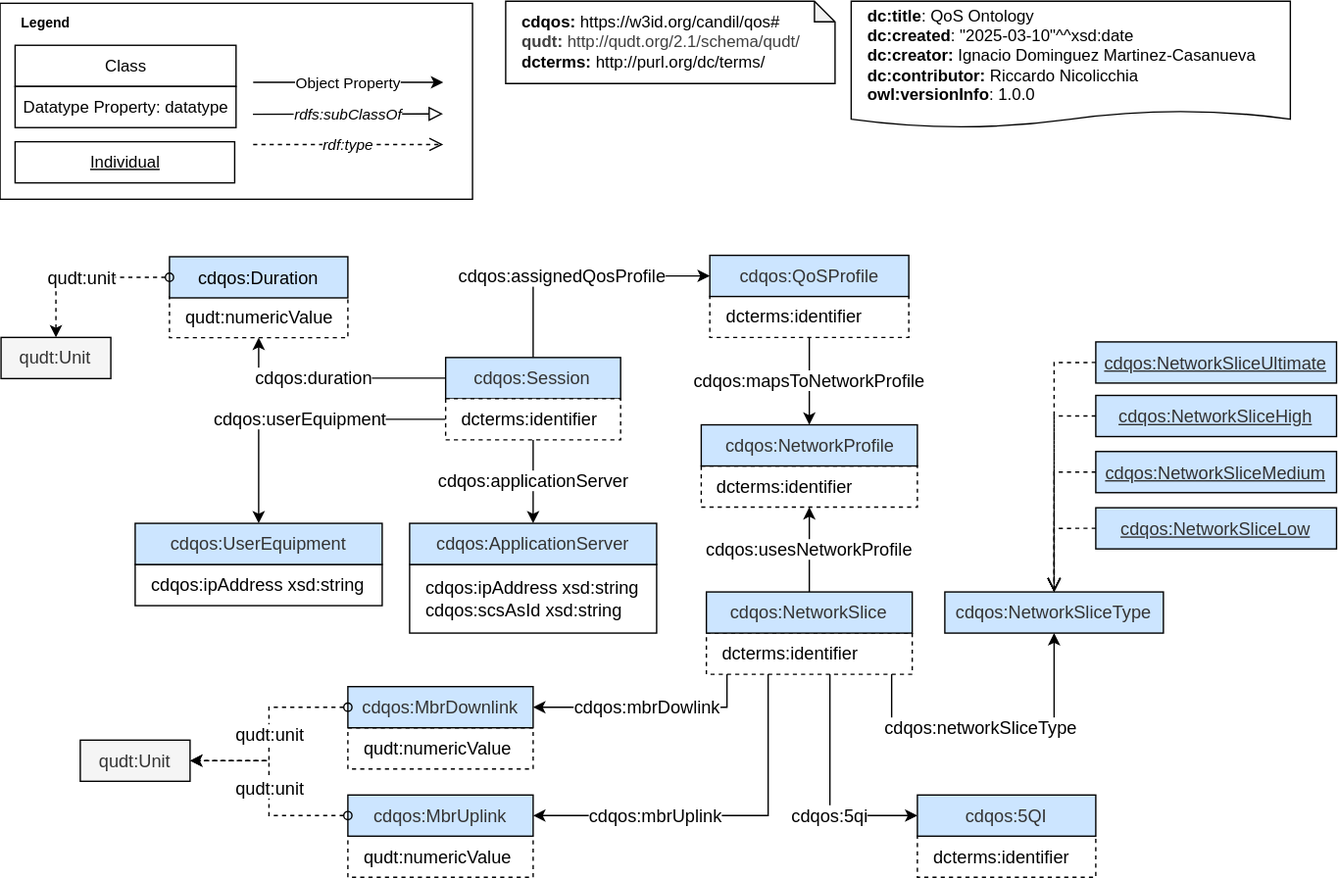
Above: diagrams/qos-figures.svg in candil-data-fabric/qos-ontology (draw.io), before the change. Source tidied: cells renumbered, new cells last; positions are measured from the earlier drawing's top-left corner, leaving out a move shared by most shapes.
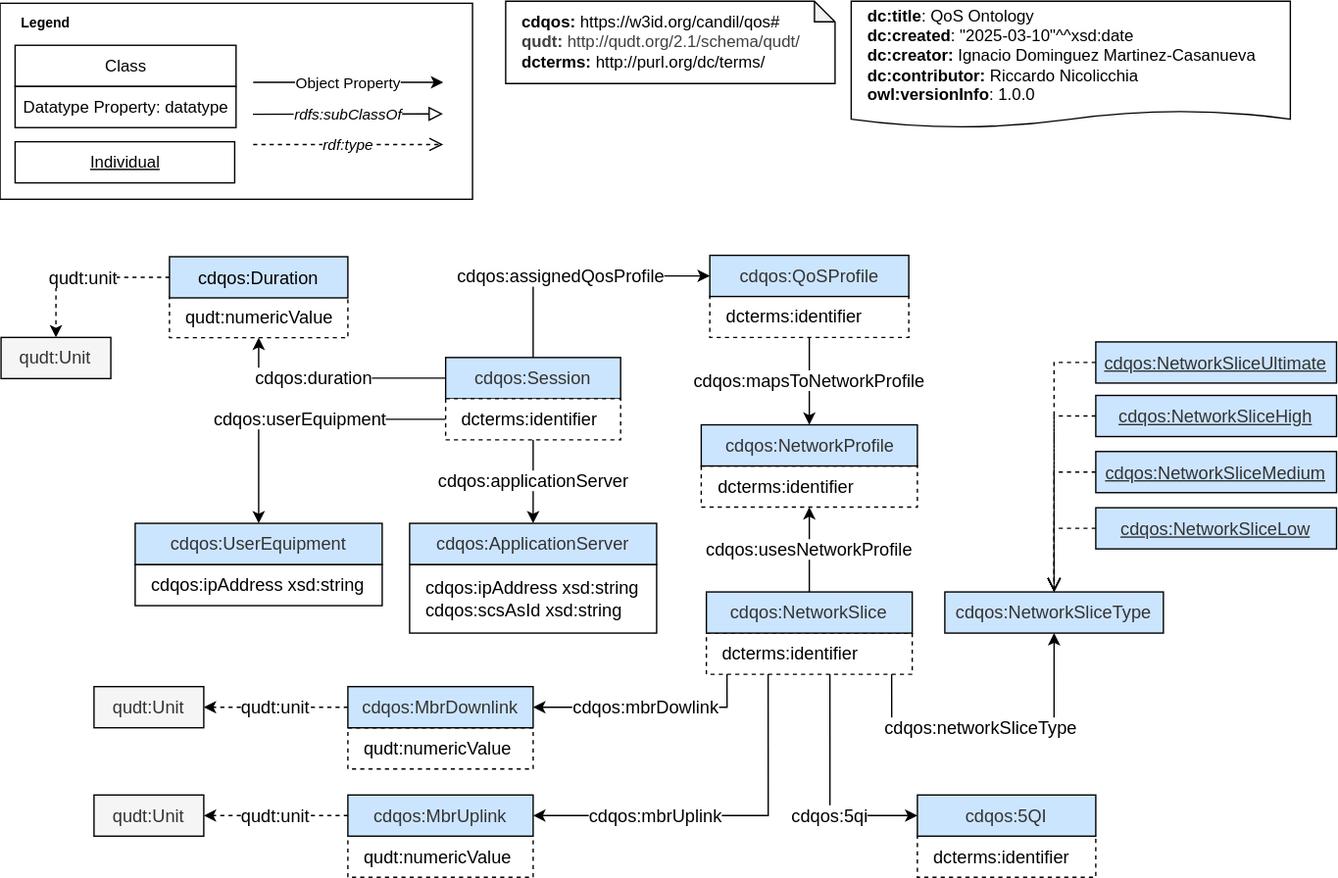
After the change.

Commit message:
Update ontology diagram

Change to the diagram source:
```diff
@@ -155,7 +155,7 @@
     <mxCell id="46" value="cdqos:5QI" style="rounded=0;whiteSpace=wrap;html=1;snapToPoint=1;points=[[0.1,0],[0.2,0],[0.3,0],[0.4,0],[0.5,0],[0.6,0],[0.7,0],[0.8,0],[0.9,0],[0,0.1],[0,0.3],[0,0.5],[0,0.7],[0,0.9],[0.1,1],[0.2,1],[0.3,1],[0.4,1],[0.5,1],[0.6,1],[0.7,1],[0.8,1],[0.9,1],[1,0.1],[1,0.3],[1,0.5],[1,0.7],[1,0.9]];fillColor=#CCE5FF;strokeColor=#000000;fontSize=13;fontColor=#333333;" parent="1" vertex="1">
       <mxGeometry x="668" y="678" width="130" height="30" as="geometry" />
     </mxCell>
-    <mxCell id="47" value="qudt:unit" style="edgeStyle=orthogonalEdgeStyle;rounded=0;jettySize=auto;html=1;exitX=0;exitY=0.5;exitDx=0;exitDy=0;entryX=0.5;entryY=0;entryDx=0;entryDy=0;fontSize=13;startArrow=oval;startFill=0;strokeColor=#000000;dashed=1;" parent="1" edge="1" source="34" target="32">
+    <mxCell id="47" value="qudt:unit" style="edgeStyle=orthogonalEdgeStyle;rounded=0;jettySize=auto;html=1;exitX=0;exitY=0.5;exitDx=0;exitDy=0;entryX=0.5;entryY=0;entryDx=0;entryDy=0;fontSize=13;startArrow=none;startFill=0;strokeColor=#000000;dashed=1;" parent="1" edge="1" source="34" target="32">
       <mxGeometry relative="1" as="geometry" />
     </mxCell>
     <mxCell id="48" value="&lt;div&gt;&lt;b style=&quot;background-color: transparent; color: light-dark(rgb(0, 0, 0), rgb(255, 255, 255));&quot;&gt;cdqos:&amp;nbsp;&lt;/b&gt;&lt;span style=&quot;white-space: pre; background-color: transparent; color: light-dark(rgb(0, 0, 0), rgb(255, 255, 255));&quot;&gt;https://w3id.org/candil/qos#&lt;/span&gt;&lt;/div&gt;&lt;div&gt;&lt;div style=&quot;border-color: var(--border-color);&quot;&gt;&lt;b style=&quot;background-color: transparent; color: rgb(63, 63, 63); scrollbar-color: light-dark(#e2e2e2, #4b4b4b)&lt;br/&gt;&#9;&#9;&#9;&#9;&#9;light-dark(#fbfbfb, var(--dark-panel-color));&quot;&gt;qudt:&amp;nbsp;&lt;/b&gt;&lt;span style=&quot;background-color: transparent; color: rgb(63, 63, 63); scrollbar-color: light-dark(#e2e2e2, #4b4b4b)&lt;br/&gt;&#9;&#9;&#9;&#9;&#9;light-dark(#fbfbfb, var(--dark-panel-color)); white-space: pre;&quot;&gt;http://qudt.org/2.1/schema/qudt/&lt;/span&gt;&lt;/div&gt;&lt;/div&gt;&lt;div&gt;&lt;b style=&quot;background-color: initial; color: light-dark(var(--text-color), var(--dark-text-color)); scrollbar-color: light-dark(#e2e2e2, #4b4b4b)&lt;br/&gt;&#9;&#9;&#9;&#9;&#9;light-dark(#fbfbfb, var(--dark-panel-color)); border-color: var(--border-color);&quot;&gt;dcterms:&amp;nbsp;&lt;/b&gt;&lt;span style=&quot;background-color: initial; color: light-dark(var(--text-color), var(--dark-text-color)); scrollbar-color: light-dark(#e2e2e2, #4b4b4b)&lt;br/&gt;&#9;&#9;&#9;&#9;&#9;light-dark(#fbfbfb, var(--dark-panel-color));&quot;&gt;http://purl.org/dc/terms/&lt;/span&gt;&lt;/div&gt;" style="shape=note;whiteSpace=wrap;html=1;backgroundOutline=1;darkOpacity=0.05;align=left;spacingLeft=10;size=15;" parent="1" vertex="1">
@@ -174,13 +174,16 @@
       <mxGeometry x="253" y="678" width="135" height="30" as="geometry" />
     </mxCell>
     <mxCell id="53" value="qudt:Unit" style="rounded=0;whiteSpace=wrap;html=1;snapToPoint=1;points=[[0.1,0],[0.2,0],[0.3,0],[0.4,0],[0.5,0],[0.6,0],[0.7,0],[0.8,0],[0.9,0],[0,0.1],[0,0.3],[0,0.5],[0,0.7],[0,0.9],[0.1,1],[0.2,1],[0.3,1],[0.4,1],[0.5,1],[0.6,1],[0.7,1],[0.8,1],[0.9,1],[1,0.1],[1,0.3],[1,0.5],[1,0.7],[1,0.9]];fillColor=#f5f5f5;strokeColor=#000000;fontColor=#333333;fontSize=13;" parent="1" vertex="1">
-      <mxGeometry x="58" y="638" width="80" height="30" as="geometry" />
+      <mxGeometry x="68" y="599" width="80" height="30" as="geometry" />
     </mxCell>
-    <mxCell id="54" value="qudt:unit" style="edgeStyle=orthogonalEdgeStyle;rounded=0;jettySize=auto;html=1;exitX=0;exitY=0.5;exitDx=0;exitDy=0;entryX=1;entryY=0.5;entryDx=0;entryDy=0;fontSize=13;startArrow=oval;startFill=0;strokeColor=#000000;dashed=1;" parent="1" edge="1" source="50" target="53">
+    <mxCell id="54" value="qudt:unit" style="edgeStyle=orthogonalEdgeStyle;rounded=0;jettySize=auto;html=1;exitX=0;exitY=0.5;exitDx=0;exitDy=0;entryX=1;entryY=0.5;entryDx=0;entryDy=0;fontSize=13;startArrow=none;startFill=0;strokeColor=#000000;dashed=1;align=center;verticalAlign=middle;fontFamily=Helvetica;fontColor=default;labelBackgroundColor=default;endArrow=classic;" parent="1" edge="1" source="50" target="53">
       <mxGeometry relative="1" as="geometry" />
     </mxCell>
-    <mxCell id="55" value="qudt:unit" style="edgeStyle=orthogonalEdgeStyle;rounded=0;jettySize=auto;html=1;exitX=0;exitY=0.5;exitDx=0;exitDy=0;entryX=1;entryY=0.5;entryDx=0;entryDy=0;fontSize=13;startArrow=oval;startFill=0;strokeColor=#000000;dashed=1;" parent="1" edge="1" source="52" target="53">
+    <mxCell id="55" value="qudt:unit" style="edgeStyle=orthogonalEdgeStyle;rounded=0;jettySize=auto;html=1;exitX=0;exitY=0.5;exitDx=0;exitDy=0;entryX=1;entryY=0.5;entryDx=0;entryDy=0;fontSize=13;startArrow=none;startFill=0;strokeColor=#000000;dashed=1;align=center;verticalAlign=middle;fontFamily=Helvetica;fontColor=default;labelBackgroundColor=default;endArrow=classic;" parent="1" edge="1" source="52" target="56">
       <mxGeometry relative="1" as="geometry" />
     </mxCell>
+    <mxCell id="56" value="qudt:Unit" style="rounded=0;whiteSpace=wrap;html=1;snapToPoint=1;points=[[0.1,0],[0.2,0],[0.3,0],[0.4,0],[0.5,0],[0.6,0],[0.7,0],[0.8,0],[0.9,0],[0,0.1],[0,0.3],[0,0.5],[0,0.7],[0,0.9],[0.1,1],[0.2,1],[0.3,1],[0.4,1],[0.5,1],[0.6,1],[0.7,1],[0.8,1],[0.9,1],[1,0.1],[1,0.3],[1,0.5],[1,0.7],[1,0.9]];fillColor=#f5f5f5;strokeColor=#000000;fontColor=#333333;fontSize=13;" parent="1" vertex="1">
+      <mxGeometry x="68" y="678" width="80" height="30" as="geometry" />
+    </mxCell>
   </root>
 </mxGraphModel>
```
